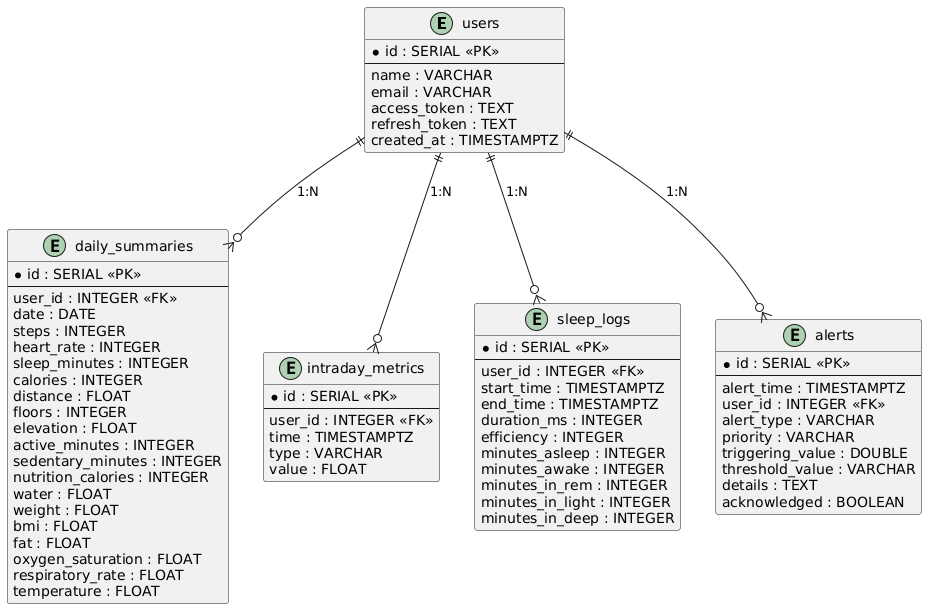
The PlantUML diagram tfg_latex_tesis/tfg_plantilla_latex/imagenes/esquema_relacional.png in morenopablo16/fitbit_project, before a commit. The source it was exported from:
```plantuml
@startuml
entity "users" as users {
  * id : SERIAL <<PK>>
  --
  name : VARCHAR
  email : VARCHAR
  access_token : TEXT
  refresh_token : TEXT
  created_at : TIMESTAMPTZ
}

entity "daily_summaries" as daily {
  * id : SERIAL <<PK>>
  --
  user_id : INTEGER <<FK>>
  date : DATE
  steps : INTEGER
  heart_rate : INTEGER
  sleep_minutes : INTEGER
  calories : INTEGER
  distance : FLOAT
  floors : INTEGER
  elevation : FLOAT
  active_minutes : INTEGER
  sedentary_minutes : INTEGER
  nutrition_calories : INTEGER
  water : FLOAT
  weight : FLOAT
  bmi : FLOAT
  fat : FLOAT
  oxygen_saturation : FLOAT
  respiratory_rate : FLOAT
  temperature : FLOAT
}

entity "intraday_metrics" as intraday {
  * id : SERIAL <<PK>>
  --
  user_id : INTEGER <<FK>>
  time : TIMESTAMPTZ
  type : VARCHAR
  value : FLOAT
}

entity "sleep_logs" as sleep {
  * id : SERIAL <<PK>>
  --
  user_id : INTEGER <<FK>>
  start_time : TIMESTAMPTZ
  end_time : TIMESTAMPTZ
  duration_ms : INTEGER
  efficiency : INTEGER
  minutes_asleep : INTEGER
  minutes_awake : INTEGER
  minutes_in_rem : INTEGER
  minutes_in_light : INTEGER
  minutes_in_deep : INTEGER
}

entity "alerts" as alerts {
  * id : SERIAL <<PK>>
  --
  alert_time : TIMESTAMPTZ
  user_id : INTEGER <<FK>>
  alert_type : VARCHAR
  priority : VARCHAR
  triggering_value : DOUBLE
  threshold_value : VARCHAR
  details : TEXT
  acknowledged : BOOLEAN
}

users ||--o{ daily : "1:N"
users ||--o{ intraday : "1:N"
users ||--o{ sleep : "1:N"
users ||--o{ alerts : "1:N"
@enduml
```
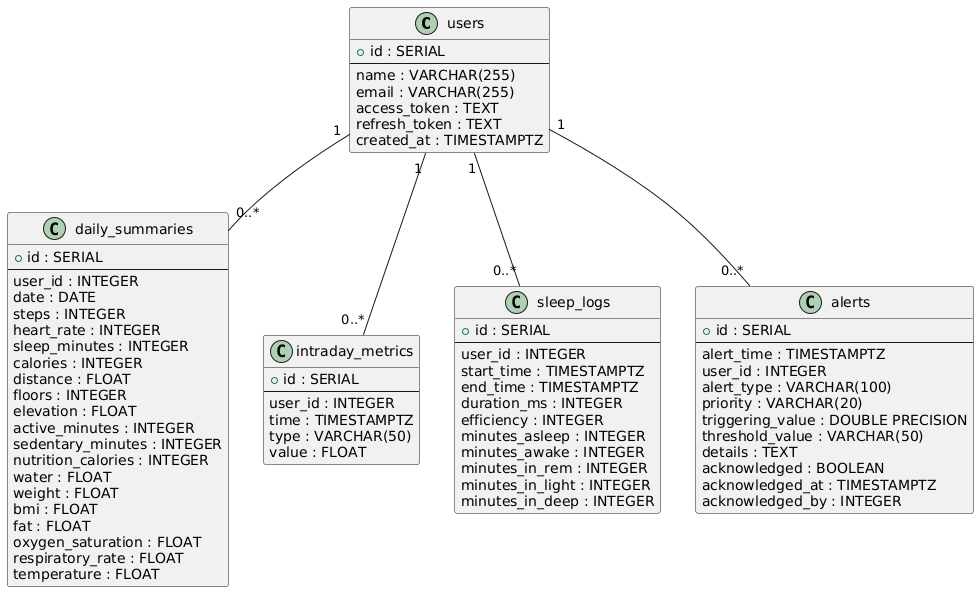
The same diagram one commit later.

Diff of the diagram source:
```diff
@@ -1,77 +1,79 @@
 @startuml
-entity "users" as users {
-  * id : SERIAL <<PK>>
-  --
-  name : VARCHAR
-  email : VARCHAR
-  access_token : TEXT
-  refresh_token : TEXT
-  created_at : TIMESTAMPTZ
+class users {
+    +id : SERIAL
+    --
+    name : VARCHAR(255)
+    email : VARCHAR(255)
+    access_token : TEXT
+    refresh_token : TEXT
+    created_at : TIMESTAMPTZ
 }
 
-entity "daily_summaries" as daily {
-  * id : SERIAL <<PK>>
-  --
-  user_id : INTEGER <<FK>>
-  date : DATE
-  steps : INTEGER
-  heart_rate : INTEGER
-  sleep_minutes : INTEGER
-  calories : INTEGER
-  distance : FLOAT
-  floors : INTEGER
-  elevation : FLOAT
-  active_minutes : INTEGER
-  sedentary_minutes : INTEGER
-  nutrition_calories : INTEGER
-  water : FLOAT
-  weight : FLOAT
-  bmi : FLOAT
-  fat : FLOAT
-  oxygen_saturation : FLOAT
-  respiratory_rate : FLOAT
-  temperature : FLOAT
+class daily_summaries {
+    +id : SERIAL
+    --
+    user_id : INTEGER
+    date : DATE
+    steps : INTEGER
+    heart_rate : INTEGER
+    sleep_minutes : INTEGER
+    calories : INTEGER
+    distance : FLOAT
+    floors : INTEGER
+    elevation : FLOAT
+    active_minutes : INTEGER
+    sedentary_minutes : INTEGER
+    nutrition_calories : INTEGER
+    water : FLOAT
+    weight : FLOAT
+    bmi : FLOAT
+    fat : FLOAT
+    oxygen_saturation : FLOAT
+    respiratory_rate : FLOAT
+    temperature : FLOAT
 }
 
-entity "intraday_metrics" as intraday {
-  * id : SERIAL <<PK>>
-  --
-  user_id : INTEGER <<FK>>
-  time : TIMESTAMPTZ
-  type : VARCHAR
-  value : FLOAT
+class intraday_metrics {
+    +id : SERIAL
+    --
+    user_id : INTEGER
+    time : TIMESTAMPTZ
+    type : VARCHAR(50)
+    value : FLOAT
 }
 
-entity "sleep_logs" as sleep {
-  * id : SERIAL <<PK>>
-  --
-  user_id : INTEGER <<FK>>
-  start_time : TIMESTAMPTZ
-  end_time : TIMESTAMPTZ
-  duration_ms : INTEGER
-  efficiency : INTEGER
-  minutes_asleep : INTEGER
-  minutes_awake : INTEGER
-  minutes_in_rem : INTEGER
-  minutes_in_light : INTEGER
-  minutes_in_deep : INTEGER
+class sleep_logs {
+    +id : SERIAL
+    --
+    user_id : INTEGER
+    start_time : TIMESTAMPTZ
+    end_time : TIMESTAMPTZ
+    duration_ms : INTEGER
+    efficiency : INTEGER
+    minutes_asleep : INTEGER
+    minutes_awake : INTEGER
+    minutes_in_rem : INTEGER
+    minutes_in_light : INTEGER
+    minutes_in_deep : INTEGER
 }
 
-entity "alerts" as alerts {
-  * id : SERIAL <<PK>>
-  --
-  alert_time : TIMESTAMPTZ
-  user_id : INTEGER <<FK>>
-  alert_type : VARCHAR
-  priority : VARCHAR
-  triggering_value : DOUBLE
-  threshold_value : VARCHAR
-  details : TEXT
-  acknowledged : BOOLEAN
+class alerts {
+    +id : SERIAL
+    --
+    alert_time : TIMESTAMPTZ
+    user_id : INTEGER
+    alert_type : VARCHAR(100)
+    priority : VARCHAR(20)
+    triggering_value : DOUBLE PRECISION
+    threshold_value : VARCHAR(50)
+    details : TEXT
+    acknowledged : BOOLEAN
+    acknowledged_at : TIMESTAMPTZ
+    acknowledged_by : INTEGER
 }
 
-users ||--o{ daily : "1:N"
-users ||--o{ intraday : "1:N"
-users ||--o{ sleep : "1:N"
-users ||--o{ alerts : "1:N"
+users "1" -- "0..*" daily_summaries
+users "1" -- "0..*" intraday_metrics
+users "1" -- "0..*" sleep_logs
+users "1" -- "0..*" alerts
 @enduml
```
